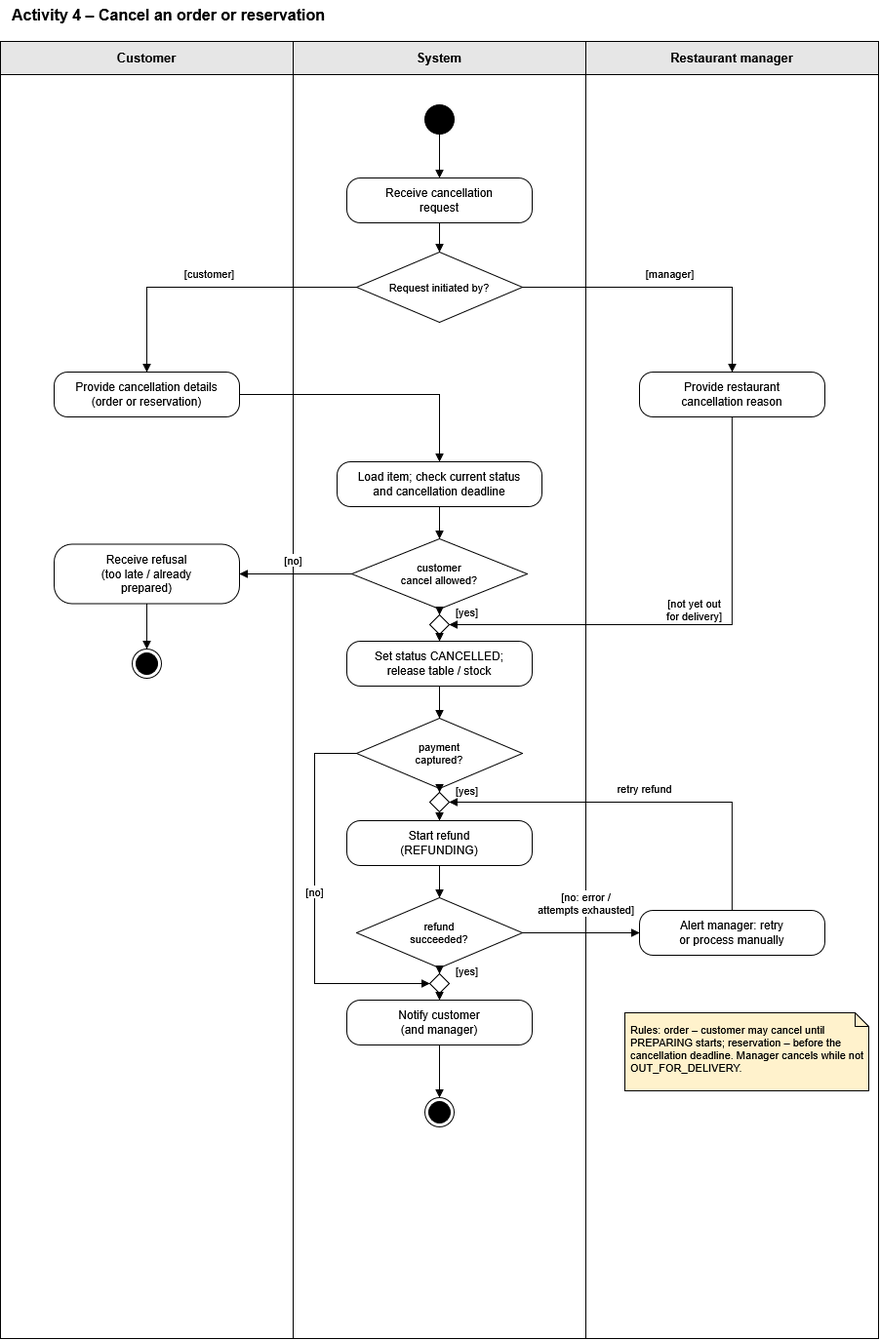
Before: Activity Diagrams/Activity_4_Cancel_order_or_reservation.png, a diagram exported from draw.io (Lukap42/SWE1_Project). Source tidied: cells renumbered, new cells last; positions are measured from the earlier drawing's top-left corner, leaving out a move shared by most shapes.
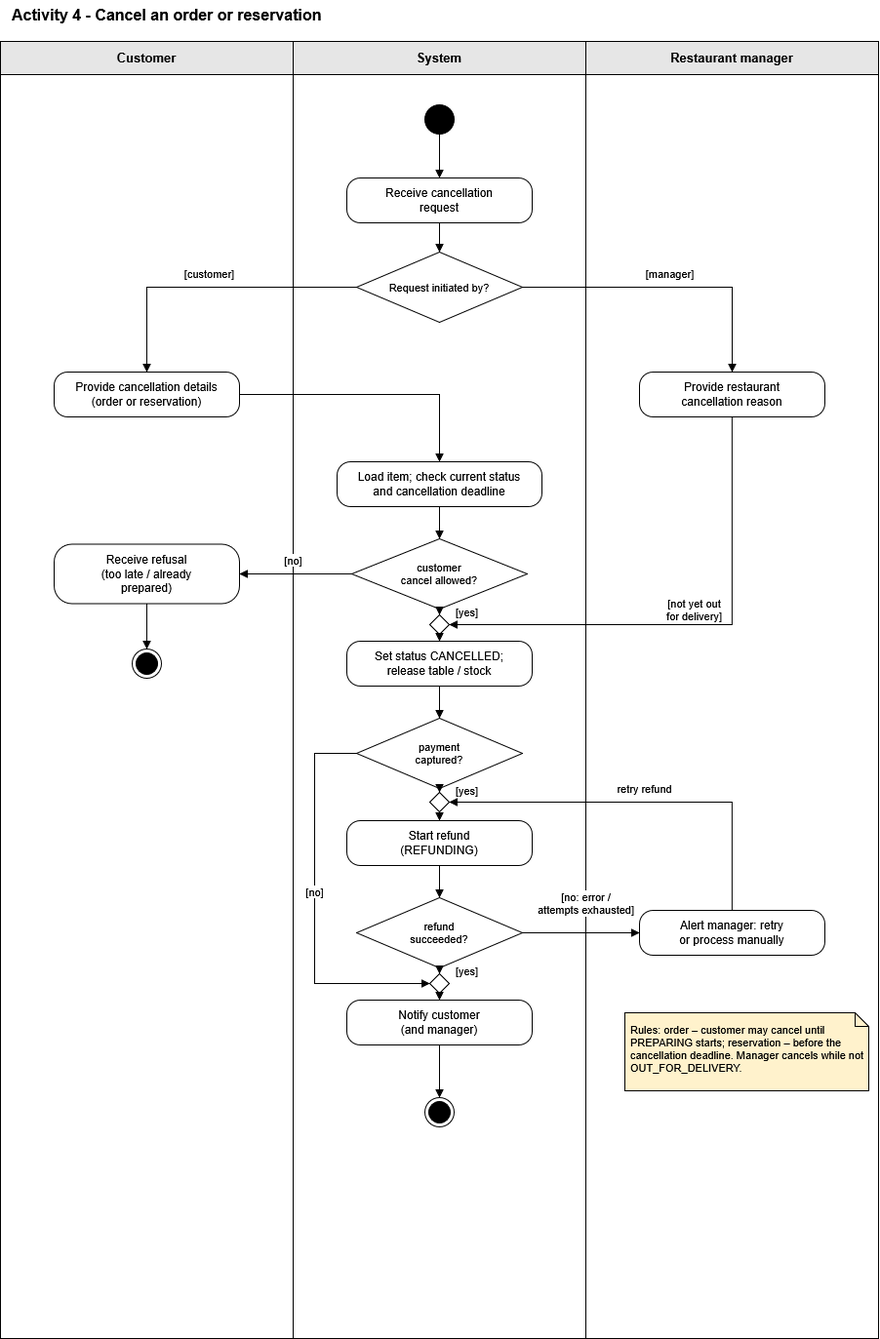
After the commit.

What changed in the source:
```diff
@@ -2,7 +2,7 @@
   <root>
     <mxCell id="0" />
     <mxCell id="1" parent="0" />
-    <mxCell id="2" value="Activity 4 – Cancel an order or reservation" style="text;html=1;align=left;verticalAlign=middle;fontSize=16;fontStyle=1;" parent="1" vertex="1">
+    <mxCell id="2" value="Activity 4 - Cancel an order or reservation" style="text;html=1;align=left;verticalAlign=middle;fontSize=16;fontStyle=1;" parent="1" vertex="1">
       <mxGeometry x="10" width="700" height="30" as="geometry" />
     </mxCell>
     <mxCell id="3" style="rounded=0;whiteSpace=wrap;html=1;fillColor=none;strokeColor=#000000;" parent="1" vertex="1">
```
